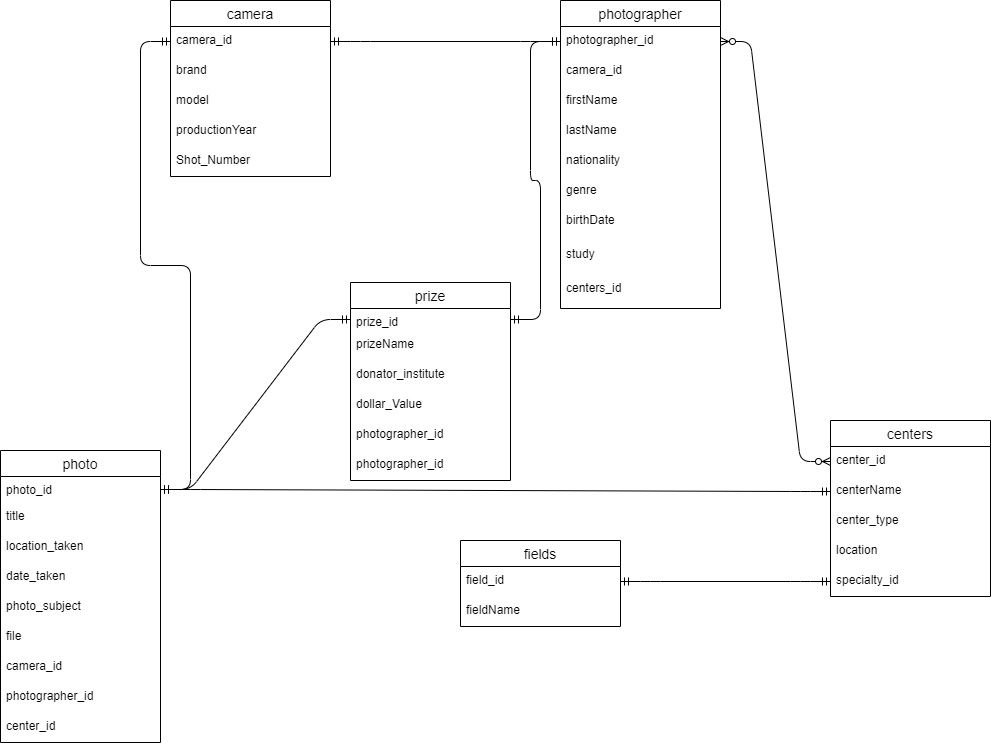
Earlier version of the draw.io export photography.png (sepideh2020/ERD). Source tidied: cells renumbered, new cells last; positions are measured from the earlier drawing's top-left corner, leaving out a move shared by most shapes.
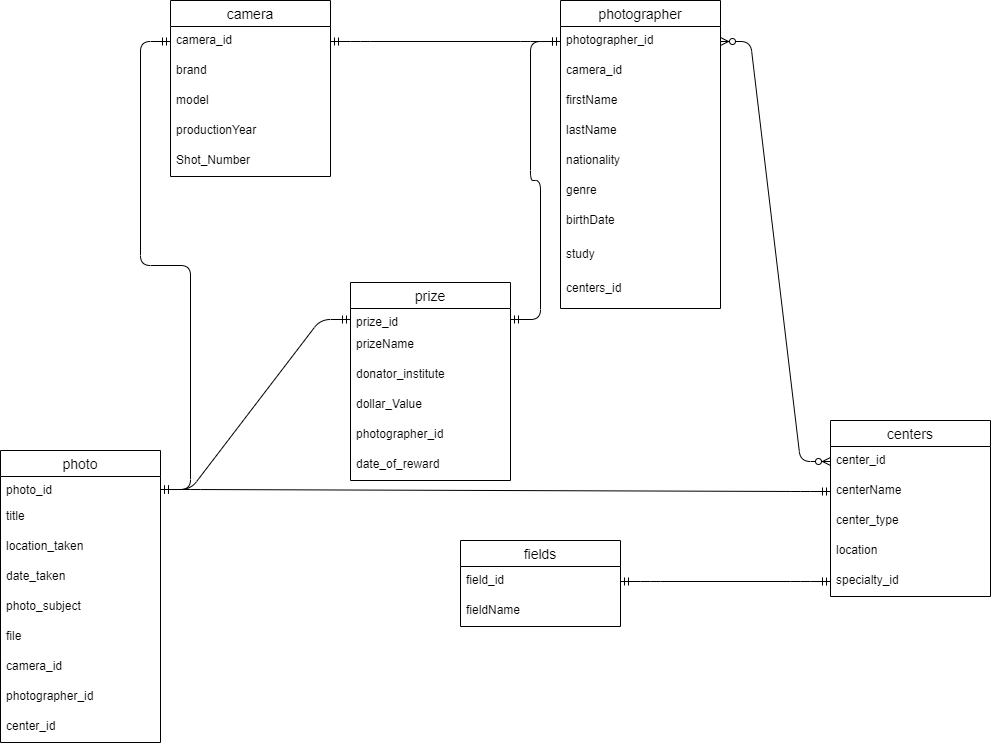
Later version of the same file.

What changed in the source:
```diff
@@ -116,7 +116,7 @@
     <mxCell id="39" value="photographer_id" style="text;strokeColor=none;fillColor=none;spacingLeft=4;spacingRight=4;overflow=hidden;fontSize=12;" parent="34" vertex="1">
       <mxGeometry y="138" width="160" height="30" as="geometry" />
     </mxCell>
-    <mxCell id="40" value="photographer_id" style="text;strokeColor=none;fillColor=none;spacingLeft=4;spacingRight=4;overflow=hidden;fontSize=12;" parent="34" vertex="1">
+    <mxCell id="40" value="date_of_reward" style="text;strokeColor=none;fillColor=none;spacingLeft=4;spacingRight=4;overflow=hidden;fontSize=12;" parent="34" vertex="1">
       <mxGeometry y="168" width="160" height="30" as="geometry" />
     </mxCell>
     <mxCell id="41" style="edgeStyle=entityRelationEdgeStyle;fontSize=12;html=1;endArrow=ERzeroToMany;endFill=1;startArrow=ERzeroToMany;exitX=1;exitY=0.5;exitDx=0;exitDy=0;entryX=0;entryY=0.5;entryDx=0;entryDy=0;" parent="1" edge="1" source="3" target="19">
```
